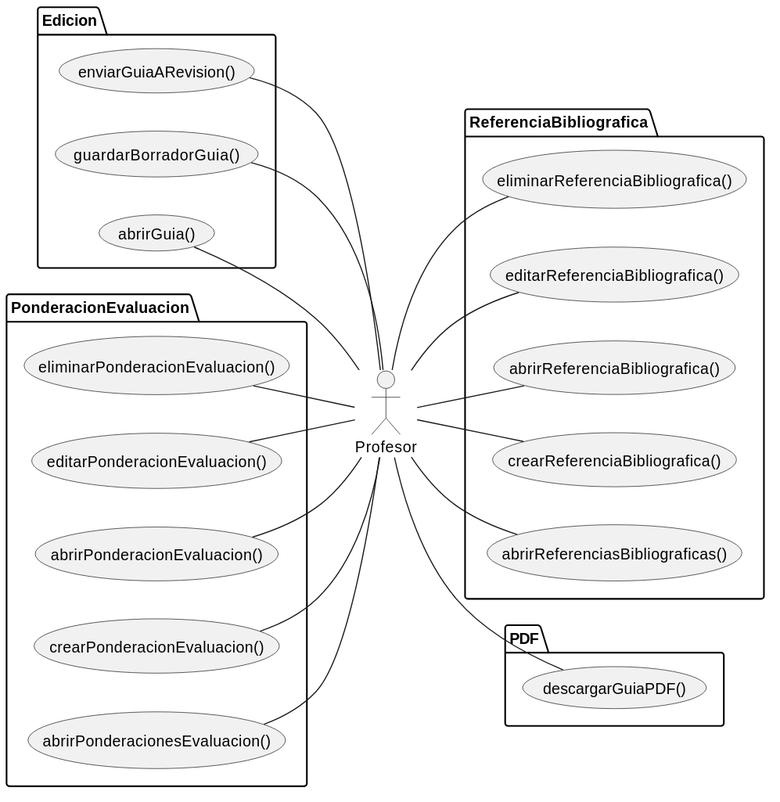
Before: images/RUP/01-requisitos/01-actores-casos-uso/actoresCasosUsoProfesor.svg, a diagram exported from PlantUML (mmasias/pyCeldaPublico).
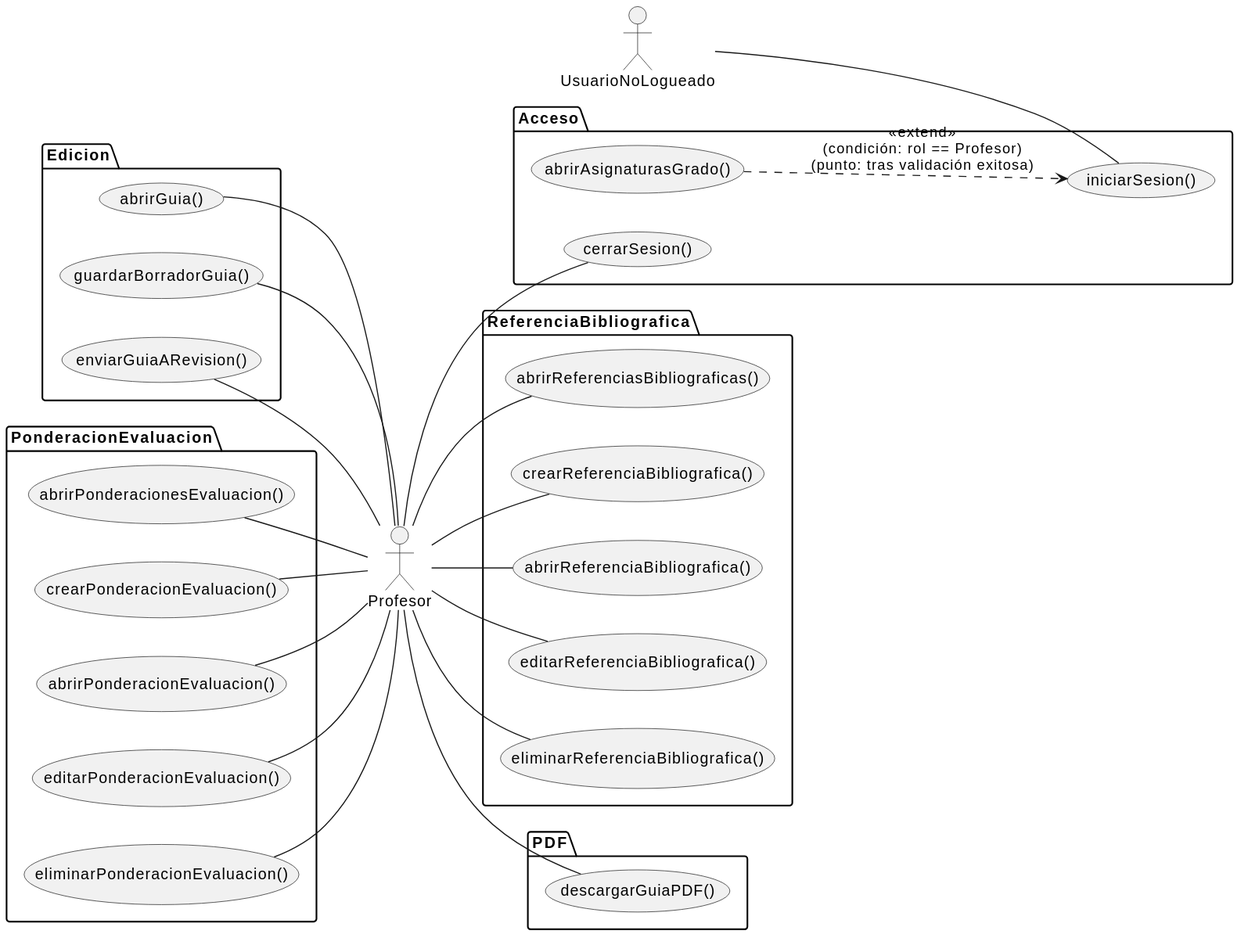
Above is the later version.

What changed in the source:
```diff
@@ -3,6 +3,17 @@
 
 
 actor Profesor
+
+actor UsuarioNoLogueado
+package Acceso {
+  usecase iniciarSesion as "iniciarSesion()"
+  usecase cerrarSesion as "cerrarSesion()"
+  usecase abrirAsignaturasGrado as "abrirAsignaturasGrado()"
+}
+
+UsuarioNoLogueado -- iniciarSesion
+Profesor -- cerrarSesion
+abrirAsignaturasGrado ..> iniciarSesion : <<extend>>\n(condición: rol == Profesor)\n(punto: tras validación exitosa)
 
 package Edicion {
   usecase abrirGuia as "abrirGuia()"
```
